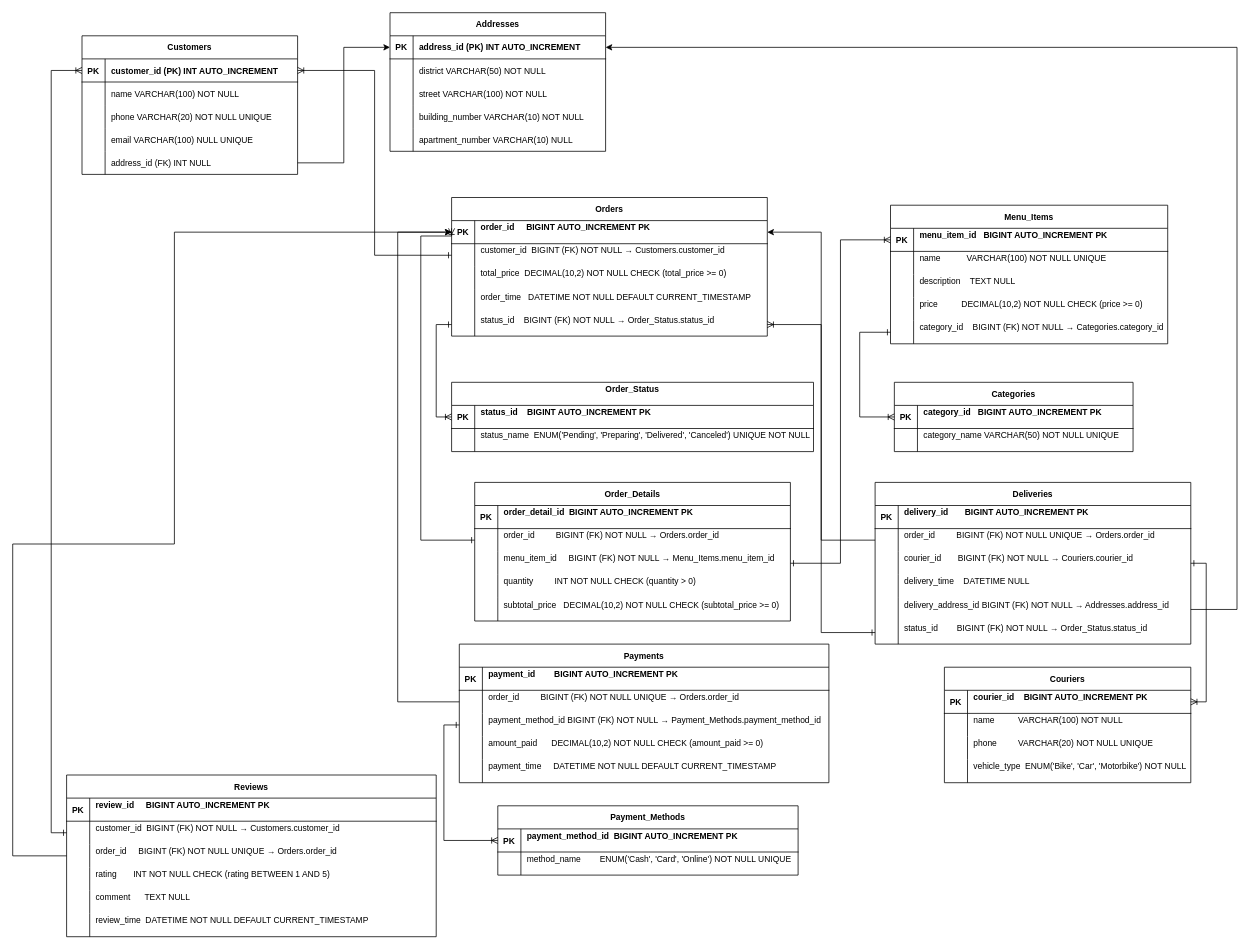
SergejusSG/git-demo1 keeps this draw.io diagram as Untitled Diagram.drawio. Above is the earlier version. Source tidied: cells renumbered, new cells numbered last; positions are measured from the earlier drawing's top-left corner, leaving out a move shared by most shapes. Both pictures are drawn from the tidied source at 77%, with x=0, y=0 at pixel (12, 12).
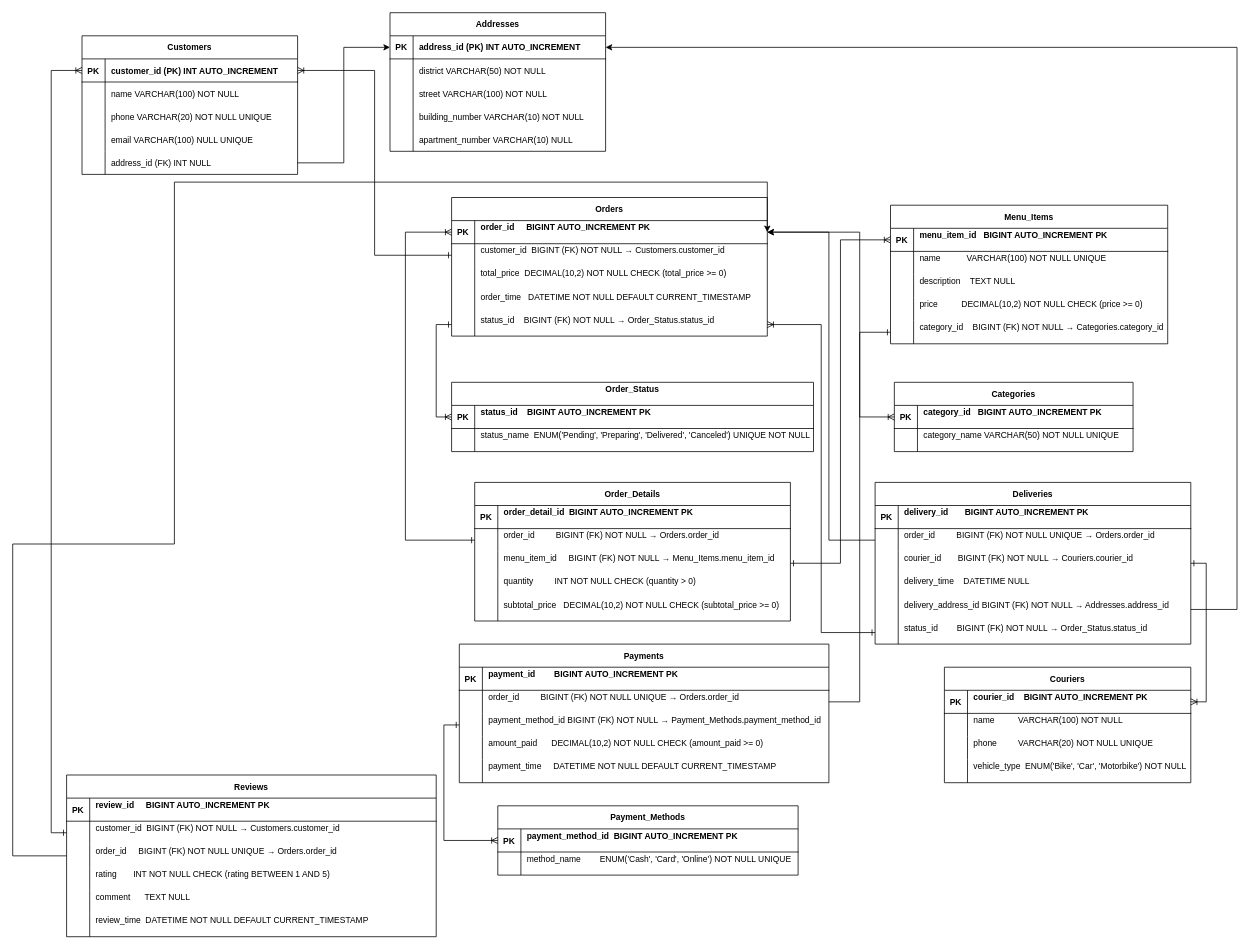
Above is the later version.

Unchanged cells that the change refers to:
```xml
<mxCell id="35" style="shape=partialRectangle;fillColor=none;points=[[0,0.5],[1,0.5]];portConstraint=eastwest;top=0;left=0;right=0;bottom=1;fontSize=11;" parent="34" vertex="1">
  <mxGeometry y="30" width="410" height="30" as="geometry" />
</mxCell>
<mxCell id="61" style="shape=partialRectangle;fillColor=none;points=[[0,0.5],[1,0.5]];portConstraint=eastwest;top=0;left=0;right=0;bottom=0;fontSize=11;" parent="57" vertex="1">
  <mxGeometry y="60" width="410" height="30" as="geometry" />
</mxCell>
<mxCell id="113" style="shape=partialRectangle;fillColor=none;points=[[0,0.5],[1,0.5]];portConstraint=eastwest;top=0;left=0;right=0;bottom=0;fontSize=11;" parent="109" vertex="1">
  <mxGeometry y="60" width="410" height="30" as="geometry" />
</mxCell>
<mxCell id="132" style="shape=partialRectangle;fillColor=none;points=[[0,0.5],[1,0.5]];portConstraint=eastwest;top=0;left=0;right=0;bottom=0;fontSize=11;" parent="128" vertex="1">
  <mxGeometry y="60" width="480" height="30" as="geometry" />
</mxCell>
<mxCell id="158" style="shape=partialRectangle;fillColor=none;points=[[0,0.5],[1,0.5]];portConstraint=eastwest;top=0;left=0;right=0;bottom=0;fontSize=11;" parent="151" vertex="1">
  <mxGeometry y="90" width="480" height="30" as="geometry" />
</mxCell>
```

Change to the diagram source:
```diff
@@
-    <mxCell id="173" style="edgeStyle=orthogonalEdgeStyle;rounded=0;jettySize=auto;html=1;entryX=0;entryY=0.333;entryDx=0;entryDy=0;entryPerimeter=0;startArrow=ERone;startFill=0;endArrow=ERoneToMany;endFill=0;" parent="1" edge="1" source="61" target="35">
-      <mxGeometry relative="1" as="geometry">
-        <Array as="points">
-          <mxPoint x="530" y="685" />
-          <mxPoint x="530" y="290" />
-        </Array>
-      </mxGeometry>
-    </mxCell>
@@
     <mxCell id="176" style="edgeStyle=orthogonalEdgeStyle;rounded=0;jettySize=auto;html=1;entryX=1;entryY=0.5;entryDx=0;entryDy=0;" parent="1" edge="1" source="113" target="35">
-      <mxGeometry relative="1" as="geometry" />
+      <mxGeometry relative="1" as="geometry">
+        <Array as="points">
+          <mxPoint x="1060" y="685" />
+          <mxPoint x="1060" y="285" />
+        </Array>
+      </mxGeometry>
     </mxCell>
@@
-    <mxCell id="180" style="edgeStyle=orthogonalEdgeStyle;rounded=0;jettySize=auto;html=1;entryX=0;entryY=0.5;entryDx=0;entryDy=0;" parent="1" edge="1" source="132" target="35">
+    <mxCell id="180" style="edgeStyle=orthogonalEdgeStyle;rounded=0;jettySize=auto;html=1;entryX=1;entryY=0.5;entryDx=0;entryDy=0;" parent="1" edge="1" source="132" target="35">
       <mxGeometry relative="1" as="geometry">
         <Array as="points">
-          <mxPoint x="500" y="895" />
-          <mxPoint x="500" y="285" />
+          <mxPoint x="1100" y="895" />
+          <mxPoint x="1100" y="285" />
         </Array>
       </mxGeometry>
     </mxCell>
@@
-    <mxCell id="183" style="edgeStyle=orthogonalEdgeStyle;rounded=0;jettySize=auto;html=1;" parent="1" edge="1" source="158" target="35">
+    <mxCell id="183" style="edgeStyle=orthogonalEdgeStyle;rounded=0;jettySize=auto;html=1;entryX=1;entryY=0.5;entryDx=0;entryDy=0;" parent="1" edge="1" source="158" target="35">
       <mxGeometry relative="1" as="geometry">
         <Array as="points">
           <mxPoint y="1095" />
           <mxPoint y="690" />
           <mxPoint x="210" y="690" />
-          <mxPoint x="210" y="285" />
+          <mxPoint x="210" y="220" />
+          <mxPoint x="980" y="220" />
         </Array>
       </mxGeometry>
     </mxCell>
+    <mxCell id="173" style="edgeStyle=orthogonalEdgeStyle;rounded=0;jettySize=auto;html=1;entryX=0;entryY=0.5;entryDx=0;entryDy=0;endArrow=ERoneToMany;endFill=0;startArrow=ERone;startFill=0;" parent="1" edge="1" source="61" target="35">
+      <mxGeometry relative="1" as="geometry">
+        <Array as="points">
+          <mxPoint x="510" y="685" />
+          <mxPoint x="510" y="285" />
+        </Array>
+      </mxGeometry>
+    </mxCell>
```
